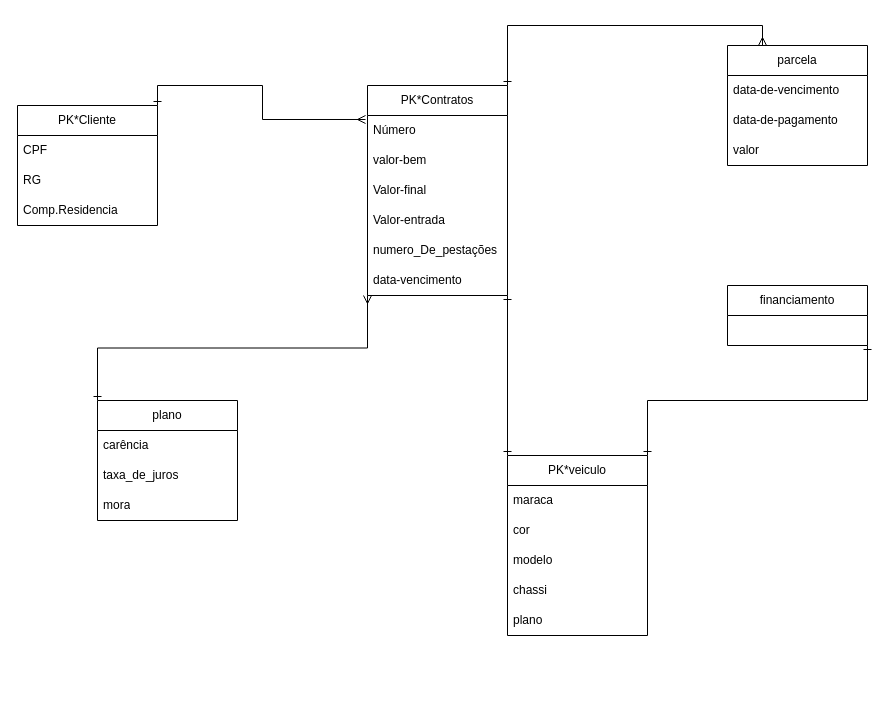
Before: Exe1.drawio in Larissa022/BancoDeDados, a draw.io diagram. Source tidied: cells renumbered, new cells numbered last; positions are measured from the earlier drawing's top-left corner, leaving out a move shared by most shapes. Both pictures are drawn from the tidied source at 100%, with x=0, y=0 at pixel (17, 45).
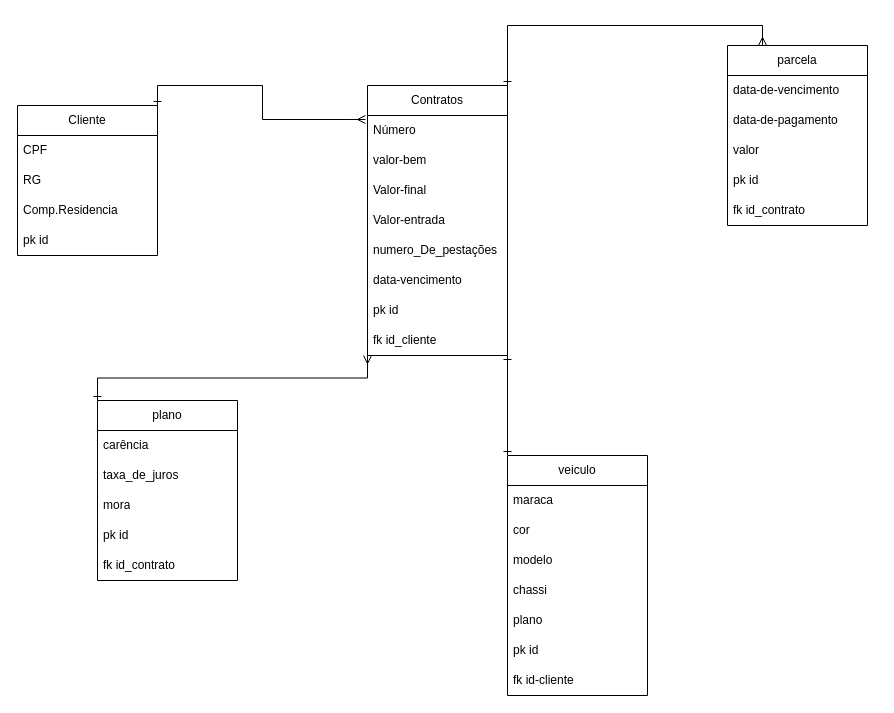
Above is the later version.

What changed in the source:
```diff
@@
-    <mxCell id="3" value="PK*Cliente" style="swimlane;fontStyle=0;horizontal=1;startSize=30;whiteSpace=wrap;html=1;" parent="1" vertex="1">
-      <mxGeometry y="60" width="140" height="120" as="geometry" />
+    <mxCell id="3" value="Cliente" style="swimlane;fontStyle=0;horizontal=1;startSize=30;whiteSpace=wrap;html=1;" parent="1" vertex="1">
+      <mxGeometry y="60" width="140" height="150" as="geometry" />
     </mxCell>
@@
+    <mxCell id="33" value="&lt;div&gt;pk id&lt;/div&gt;" style="text;strokeColor=none;fillColor=none;align=left;verticalAlign=middle;spacingLeft=4;spacingRight=4;overflow=hidden;whiteSpace=wrap;html=1;" parent="3" vertex="1">
+      <mxGeometry y="120" width="140" height="30" as="geometry" />
+    </mxCell>
@@
-    <mxCell id="10" value="PK*Contratos" style="swimlane;fontStyle=0;horizontal=1;startSize=30;whiteSpace=wrap;html=1;" parent="1" vertex="1">
-      <mxGeometry x="350" y="40" width="140" height="210" as="geometry" />
+    <mxCell id="10" value="Contratos" style="swimlane;fontStyle=0;horizontal=1;startSize=30;whiteSpace=wrap;html=1;" parent="1" vertex="1">
+      <mxGeometry x="350" y="40" width="140" height="270" as="geometry" />
     </mxCell>
@@
+    <mxCell id="34" value="pk id" style="text;strokeColor=none;fillColor=none;align=left;verticalAlign=middle;spacingLeft=4;spacingRight=4;overflow=hidden;whiteSpace=wrap;html=1;" parent="10" vertex="1">
+      <mxGeometry y="210" width="140" height="30" as="geometry" />
+    </mxCell>
+    <mxCell id="35" value="&lt;div&gt;fk id_cliente&lt;/div&gt;" style="text;strokeColor=none;fillColor=none;align=left;verticalAlign=middle;spacingLeft=4;spacingRight=4;overflow=hidden;whiteSpace=wrap;html=1;" parent="10" vertex="1">
+      <mxGeometry y="240" width="140" height="30" as="geometry" />
+    </mxCell>
     <mxCell id="17" value="plano" style="swimlane;fontStyle=0;horizontal=1;startSize=30;whiteSpace=wrap;html=1;" parent="1" vertex="1">
-      <mxGeometry x="80" y="355" width="140" height="120" as="geometry" />
+      <mxGeometry x="80" y="355" width="140" height="180" as="geometry" />
     </mxCell>
@@
-    <mxCell id="21" style="edgeStyle=orthogonalEdgeStyle;rounded=0;jettySize=auto;html=1;exitX=1;exitY=1;exitDx=0;exitDy=0;entryX=1;entryY=0;entryDx=0;entryDy=0;endArrow=ERone;endFill=0;startArrow=ERone;startFill=0;" parent="1" edge="1" source="22" target="23">
-      <mxGeometry relative="1" as="geometry" />
-    </mxCell>
-    <mxCell id="22" value="financiamento" style="swimlane;fontStyle=0;horizontal=1;startSize=30;whiteSpace=wrap;html=1;" parent="1" vertex="1">
-      <mxGeometry x="710" y="240" width="140" height="60" as="geometry" />
-    </mxCell>
+    <mxCell id="36" value="pk id" style="text;strokeColor=none;fillColor=none;align=left;verticalAlign=middle;spacingLeft=4;spacingRight=4;overflow=hidden;whiteSpace=wrap;html=1;" parent="17" vertex="1">
+      <mxGeometry y="120" width="140" height="30" as="geometry" />
+    </mxCell>
+    <mxCell id="37" value="fk id_contrato" style="text;strokeColor=none;fillColor=none;align=left;verticalAlign=middle;spacingLeft=4;spacingRight=4;overflow=hidden;whiteSpace=wrap;html=1;" parent="17" vertex="1">
+      <mxGeometry y="150" width="140" height="30" as="geometry" />
+    </mxCell>
-    <mxCell id="23" value="PK*veiculo" style="swimlane;fontStyle=0;horizontal=1;startSize=30;whiteSpace=wrap;html=1;" parent="1" vertex="1">
-      <mxGeometry x="490" y="410" width="140" height="180" as="geometry" />
+    <mxCell id="23" value="veiculo" style="swimlane;fontStyle=0;horizontal=1;startSize=30;whiteSpace=wrap;html=1;" parent="1" vertex="1">
+      <mxGeometry x="490" y="410" width="140" height="240" as="geometry" />
     </mxCell>
@@
+    <mxCell id="38" value="&lt;div&gt;pk id&lt;/div&gt;" style="text;strokeColor=none;fillColor=none;align=left;verticalAlign=middle;spacingLeft=4;spacingRight=4;overflow=hidden;whiteSpace=wrap;html=1;" parent="23" vertex="1">
+      <mxGeometry y="180" width="140" height="30" as="geometry" />
+    </mxCell>
+    <mxCell id="39" value="fk id-cliente" style="text;strokeColor=none;fillColor=none;align=left;verticalAlign=middle;spacingLeft=4;spacingRight=4;overflow=hidden;whiteSpace=wrap;html=1;" parent="23" vertex="1">
+      <mxGeometry y="210" width="140" height="30" as="geometry" />
+    </mxCell>
     <mxCell id="29" value="parcela" style="swimlane;fontStyle=0;horizontal=1;startSize=30;whiteSpace=wrap;html=1;" parent="1" vertex="1">
-      <mxGeometry x="710" width="140" height="120" as="geometry" />
+      <mxGeometry x="710" width="140" height="180" as="geometry" />
     </mxCell>
@@
+    <mxCell id="40" value="pk id" style="text;strokeColor=none;fillColor=none;align=left;verticalAlign=middle;spacingLeft=4;spacingRight=4;overflow=hidden;whiteSpace=wrap;html=1;" parent="29" vertex="1">
+      <mxGeometry y="120" width="140" height="30" as="geometry" />
+    </mxCell>
+    <mxCell id="41" value="fk id_contrato" style="text;strokeColor=none;fillColor=none;align=left;verticalAlign=middle;spacingLeft=4;spacingRight=4;overflow=hidden;whiteSpace=wrap;html=1;" parent="29" vertex="1">
+      <mxGeometry y="150" width="140" height="30" as="geometry" />
+    </mxCell>
```
